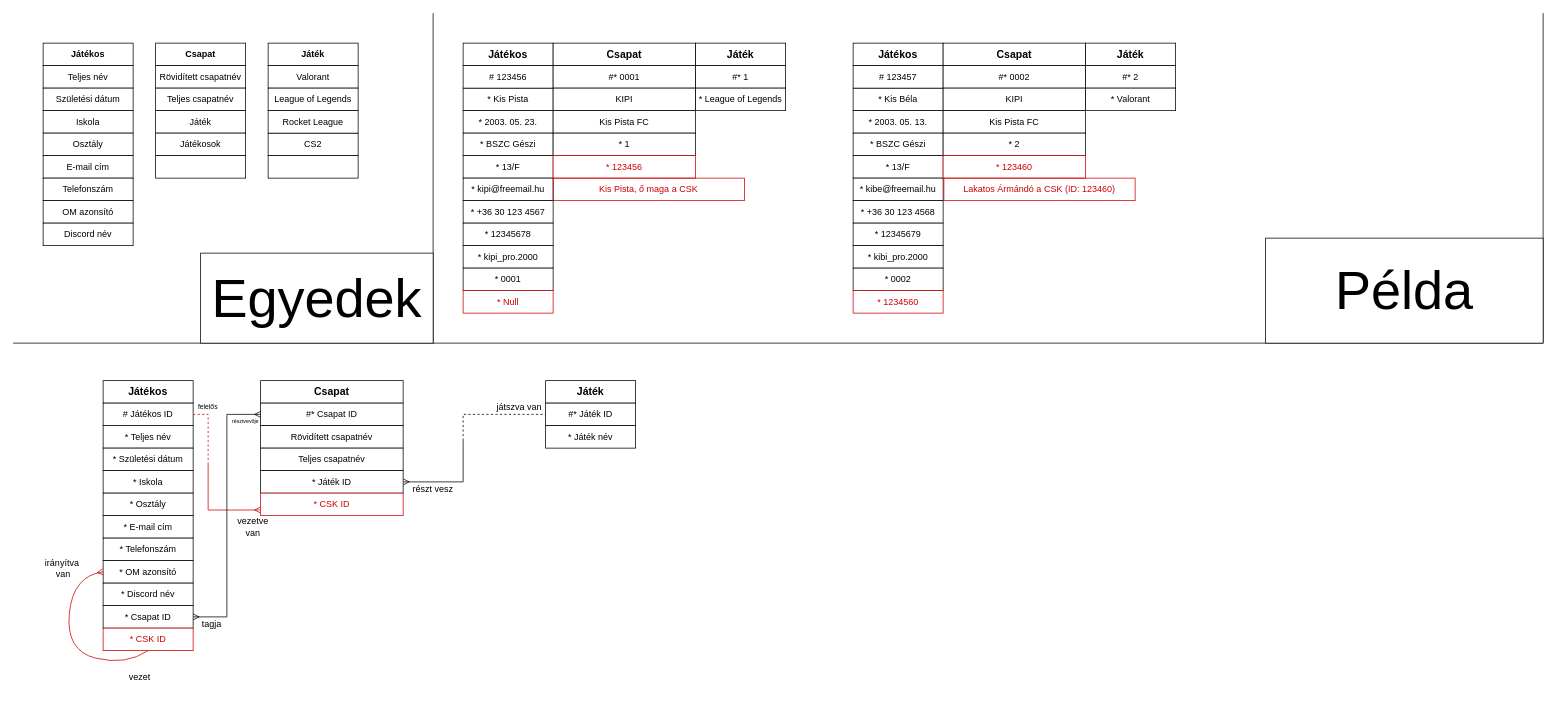
The draw.io diagram Ötletek/egyedtipus_projekt.drawio in pofferencs/projekt_eslm, before the edit. Source tidied: cells renumbered, new cells numbered last; positions are measured from the earlier drawing's top-left corner, leaving out a move shared by most shapes. Both pictures are drawn from the tidied source at 75%, with x=0, y=0 at pixel (13, 13).
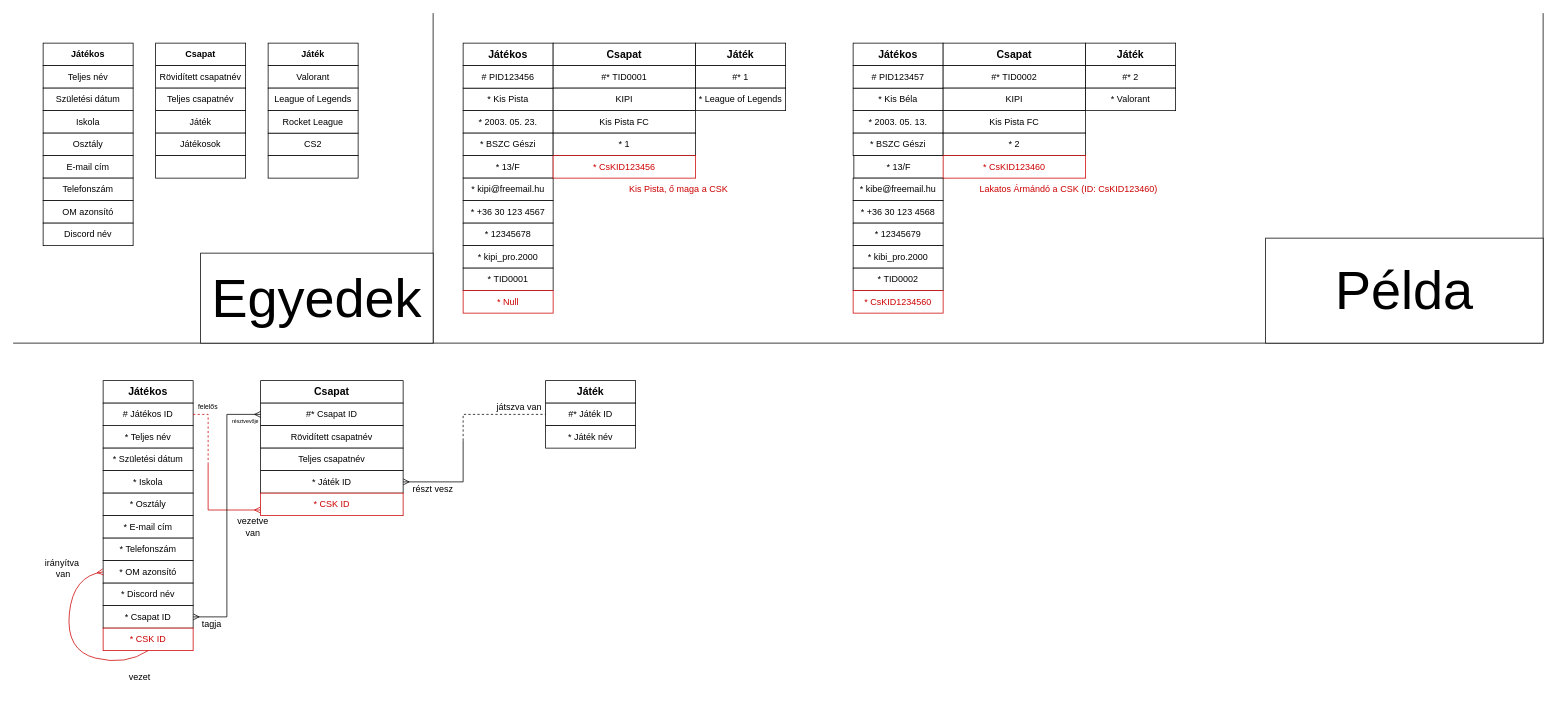
The same diagram, later.

Commit message:
ID szerkesztés a példacsapatokhoz

What changed in the source:
```diff
@@
-    <mxCell id="57" value="# 123456" style="rounded=0;whiteSpace=wrap;html=1;" parent="1" vertex="1">
+    <mxCell id="57" value="# PID123456" style="rounded=0;whiteSpace=wrap;html=1;" parent="1" vertex="1">
       <mxGeometry x="600" y="70" width="120" height="30" as="geometry" />
     </mxCell>
-    <mxCell id="58" value="* 0001" style="rounded=0;whiteSpace=wrap;html=1;" parent="1" vertex="1">
+    <mxCell id="58" value="* TID0001" style="rounded=0;whiteSpace=wrap;html=1;" parent="1" vertex="1">
       <mxGeometry x="600" y="340" width="120" height="30" as="geometry" />
     </mxCell>
@@
-    <mxCell id="60" value="#* 0001" style="rounded=0;whiteSpace=wrap;html=1;" parent="1" vertex="1">
+    <mxCell id="60" value="#* TID0001" style="rounded=0;whiteSpace=wrap;html=1;" parent="1" vertex="1">
       <mxGeometry x="720" y="70" width="190" height="30" as="geometry" />
     </mxCell>
@@
     <mxCell id="71" value="* 13/F" style="rounded=0;whiteSpace=wrap;html=1;" parent="1" vertex="1">
-      <mxGeometry x="1120" y="190" width="120" height="30" as="geometry" />
+      <mxGeometry x="1121" y="190" width="120" height="30" as="geometry" />
     </mxCell>
@@
-    <mxCell id="76" value="# 123457" style="rounded=0;whiteSpace=wrap;html=1;" parent="1" vertex="1">
+    <mxCell id="76" value="# PID123457" style="rounded=0;whiteSpace=wrap;html=1;" parent="1" vertex="1">
       <mxGeometry x="1120" y="70" width="120" height="30" as="geometry" />
     </mxCell>
-    <mxCell id="77" value="* 0002" style="rounded=0;whiteSpace=wrap;html=1;" parent="1" vertex="1">
+    <mxCell id="77" value="* TID0002" style="rounded=0;whiteSpace=wrap;html=1;" parent="1" vertex="1">
       <mxGeometry x="1120" y="340" width="120" height="30" as="geometry" />
     </mxCell>
@@
-    <mxCell id="79" value="#* 0002" style="rounded=0;whiteSpace=wrap;html=1;" parent="1" vertex="1">
+    <mxCell id="79" value="#* TID0002" style="rounded=0;whiteSpace=wrap;html=1;" parent="1" vertex="1">
       <mxGeometry x="1240" y="70" width="190" height="30" as="geometry" />
     </mxCell>
@@
-    <mxCell id="89" value="* 123456" style="rounded=0;whiteSpace=wrap;html=1;strokeColor=#CC0000;fontColor=#CC0000;" parent="1" vertex="1">
+    <mxCell id="89" value="* CsKID123456" style="rounded=0;whiteSpace=wrap;html=1;strokeColor=#CC0000;fontColor=#CC0000;" parent="1" vertex="1">
       <mxGeometry x="720" y="190" width="190" height="30" as="geometry" />
     </mxCell>
@@
-    <mxCell id="91" value="* 123460" style="rounded=0;whiteSpace=wrap;html=1;strokeColor=#CC0000;fontColor=#CC0000;" parent="1" vertex="1">
+    <mxCell id="91" value="* CsKID123460" style="rounded=0;whiteSpace=wrap;html=1;strokeColor=#CC0000;fontColor=#CC0000;" parent="1" vertex="1">
       <mxGeometry x="1240" y="190" width="190" height="30" as="geometry" />
     </mxCell>
-    <mxCell id="92" value="Lakatos Ármándó a CSK (ID: 123460)" style="text;html=1;align=center;verticalAlign=middle;whiteSpace=wrap;rounded=0;strokeColor=#CC0000;fontColor=#CC0000;" parent="1" vertex="1">
-      <mxGeometry x="1241" y="220" width="255" height="30" as="geometry" />
+    <mxCell id="92" value="Lakatos Ármándó a CSK (ID: CsKID123460)" style="text;html=1;align=center;verticalAlign=middle;whiteSpace=wrap;rounded=0;strokeColor=none;fontColor=#CC0000;" parent="1" vertex="1">
+      <mxGeometry x="1280" y="220" width="255" height="30" as="geometry" />
     </mxCell>
@@
-    <mxCell id="105" value="* 1234560" style="rounded=0;whiteSpace=wrap;html=1;strokeColor=#CC0000;fontColor=#CC0000;" parent="1" vertex="1">
+    <mxCell id="105" value="* CsKID1234560" style="rounded=0;whiteSpace=wrap;html=1;strokeColor=#CC0000;fontColor=#CC0000;" parent="1" vertex="1">
       <mxGeometry x="1120" y="370" width="120" height="30" as="geometry" />
     </mxCell>
-    <mxCell id="106" value="Kis Pista, ő maga a CSK" style="text;html=1;align=center;verticalAlign=middle;whiteSpace=wrap;rounded=0;strokeColor=#CC0000;fontColor=#CC0000;" parent="1" vertex="1">
-      <mxGeometry x="720" y="220" width="255" height="30" as="geometry" />
+    <mxCell id="106" value="Kis Pista, ő maga a CSK" style="text;html=1;align=center;verticalAlign=middle;whiteSpace=wrap;rounded=0;strokeColor=none;fontColor=#CC0000;" parent="1" vertex="1">
+      <mxGeometry x="760" y="220" width="255" height="30" as="geometry" />
     </mxCell>
```
